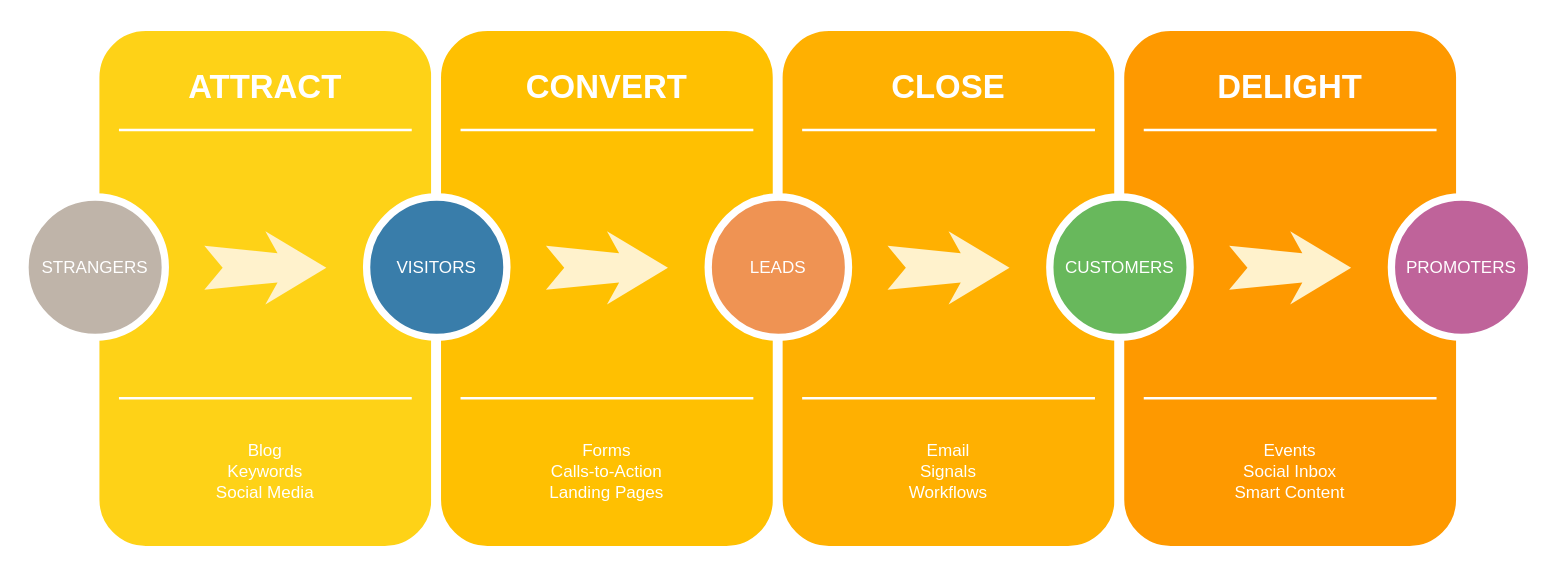
Before: assets/images/Untitled Diagram.drawio in seagda/hw-code-refractor, a draw.io diagram. Source tidied: cells renumbered, new cells numbered last; positions are measured from the earlier drawing's top-left corner, leaving out a move shared by most shapes. Both pictures are drawn from the tidied source at 122%, with x=0, y=0 at pixel (24, 26).
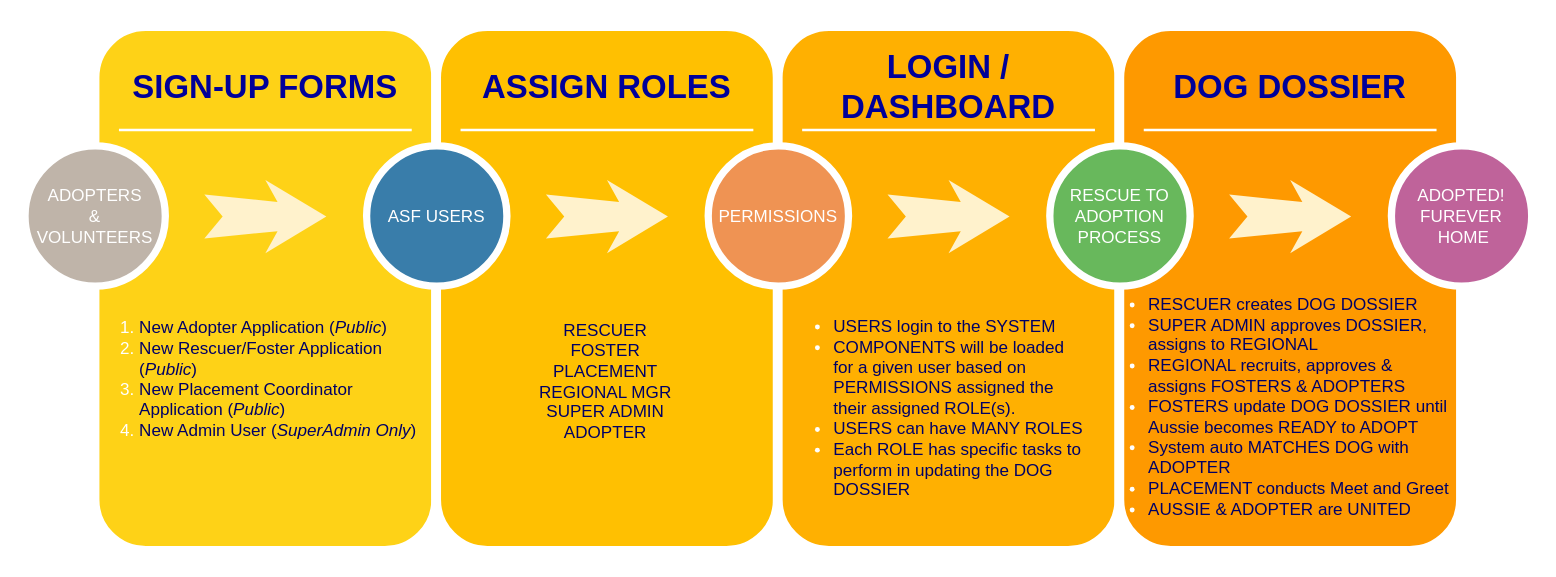
The same page after the edit.

Commit message:
DOG-DOSSIER-OVERVIEW

Diff of the diagram source:
```diff
@@
-    <mxCell id="3" value="ATTRACT" style="text;html=1;strokeColor=none;fillColor=none;align=center;verticalAlign=middle;whiteSpace=wrap;rounded=0;shadow=0;fontSize=27;fontColor=#FFFFFF;fontStyle=1;" parent="1" vertex="1">
+    <mxCell id="3" value="&lt;font color=&quot;#000099&quot;&gt;SIGN-UP FORMS&lt;/font&gt;" style="text;html=1;strokeColor=none;fillColor=none;align=center;verticalAlign=middle;whiteSpace=wrap;rounded=0;shadow=0;fontSize=27;fontColor=#FFFFFF;fontStyle=1;" parent="1" vertex="1">
       <mxGeometry x="57" y="20" width="280" height="60" as="geometry" />
     </mxCell>
-    <mxCell id="4" value="Blog&lt;div&gt;Keywords&lt;/div&gt;&lt;div&gt;Social Media&lt;/div&gt;" style="text;html=1;strokeColor=none;fillColor=none;align=center;verticalAlign=middle;whiteSpace=wrap;rounded=0;shadow=0;fontSize=14;fontColor=#FFFFFF;" parent="1" vertex="1">
-      <mxGeometry x="57" y="320" width="280" height="90" as="geometry" />
-    </mxCell>
@@
-    <mxCell id="6" style="line;strokeWidth=2;html=1;rounded=0;shadow=0;fontSize=27;align=center;fillColor=none;strokeColor=#FFFFFF;" parent="1" vertex="1">
-      <mxGeometry x="77" y="300" width="240" height="10" as="geometry" />
-    </mxCell>
-    <mxCell id="7" value="STRANGERS" style="ellipse;whiteSpace=wrap;html=1;rounded=0;shadow=0;strokeWidth=6;fontSize=14;align=center;fillColor=#BFB4A9;strokeColor=#FFFFFF;fontColor=#FFFFFF;" parent="1" vertex="1">
-      <mxGeometry y="140" width="115" height="115" as="geometry" />
-    </mxCell>
-    <mxCell id="8" style="html=1;shadow=0;dashed=0;align=center;verticalAlign=middle;shape=mxgraph.arrows2.stylisedArrow;dy=0.6;dx=40;notch=15;feather=0.4;rounded=0;strokeWidth=1;fontSize=27;strokeColor=none;fillColor=#fff2cc;" parent="1" vertex="1">
-      <mxGeometry x="147" y="168" width="100" height="60" as="geometry" />
-    </mxCell>
@@
-    <mxCell id="10" value="CONVERT" style="text;html=1;strokeColor=none;fillColor=none;align=center;verticalAlign=middle;whiteSpace=wrap;rounded=0;shadow=0;fontSize=27;fontColor=#FFFFFF;fontStyle=1;" parent="1" vertex="1">
+    <mxCell id="10" value="&lt;font color=&quot;#000099&quot;&gt;ASSIGN ROLES&lt;/font&gt;" style="text;html=1;strokeColor=none;fillColor=none;align=center;verticalAlign=middle;whiteSpace=wrap;rounded=0;shadow=0;fontSize=27;fontColor=#FFFFFF;fontStyle=1;" parent="1" vertex="1">
       <mxGeometry x="337" y="20" width="280" height="60" as="geometry" />
     </mxCell>
-    <mxCell id="11" value="Forms&lt;div&gt;Calls-to-Action&lt;/div&gt;&lt;div&gt;Landing Pages&lt;/div&gt;" style="text;html=1;strokeColor=none;fillColor=none;align=center;verticalAlign=middle;whiteSpace=wrap;rounded=0;shadow=0;fontSize=14;fontColor=#FFFFFF;" parent="1" vertex="1">
-      <mxGeometry x="337" y="320" width="280" height="90" as="geometry" />
+    <mxCell id="11" value="&lt;font color=&quot;#000066&quot;&gt;RESCUER&lt;br&gt;FOSTER&lt;br&gt;PLACEMENT&lt;br&gt;REGIONAL MGR&lt;br&gt;SUPER ADMIN&lt;br&gt;ADOPTER&lt;br&gt;&lt;/font&gt;" style="text;html=1;strokeColor=none;fillColor=none;align=center;verticalAlign=middle;whiteSpace=wrap;rounded=0;shadow=0;fontSize=14;fontColor=#FFFFFF;" parent="1" vertex="1">
+      <mxGeometry x="351" y="223" width="250" height="135" as="geometry" />
     </mxCell>
@@
-    <mxCell id="13" style="line;strokeWidth=2;html=1;rounded=0;shadow=0;fontSize=27;align=center;fillColor=none;strokeColor=#FFFFFF;" parent="1" vertex="1">
-      <mxGeometry x="357" y="300" width="240" height="10" as="geometry" />
-    </mxCell>
+    <mxCell id="16" style="whiteSpace=wrap;html=1;rounded=1;shadow=0;strokeWidth=8;fontSize=20;align=center;fillColor=#FFB001;strokeColor=#FFFFFF;" parent="1" vertex="1">
+      <mxGeometry x="617" width="280" height="430" as="geometry" />
+    </mxCell>
+    <mxCell id="17" value="&lt;font color=&quot;#000099&quot;&gt;LOGIN / DASHBOARD&lt;/font&gt;" style="text;html=1;strokeColor=none;fillColor=none;align=center;verticalAlign=middle;whiteSpace=wrap;rounded=0;shadow=0;fontSize=27;fontColor=#FFFFFF;fontStyle=1;" parent="1" vertex="1">
+      <mxGeometry x="617" y="20" width="280" height="60" as="geometry" />
+    </mxCell>
+    <mxCell id="19" style="line;strokeWidth=2;html=1;rounded=0;shadow=0;fontSize=27;align=center;fillColor=none;strokeColor=#FFFFFF;" parent="1" vertex="1">
+      <mxGeometry x="637" y="80" width="240" height="10" as="geometry" />
+    </mxCell>
+    <mxCell id="23" style="whiteSpace=wrap;html=1;rounded=1;shadow=0;strokeWidth=8;fontSize=20;align=center;fillColor=#FE9900;strokeColor=#FFFFFF;" parent="1" vertex="1">
+      <mxGeometry x="897" width="280" height="430" as="geometry" />
+    </mxCell>
+    <mxCell id="24" value="&lt;font color=&quot;#000099&quot;&gt;DOG DOSSIER&lt;/font&gt;" style="text;html=1;strokeColor=none;fillColor=none;align=center;verticalAlign=middle;whiteSpace=wrap;rounded=0;shadow=0;fontSize=27;fontColor=#FFFFFF;fontStyle=1;" parent="1" vertex="1">
+      <mxGeometry x="897" y="20" width="280" height="60" as="geometry" />
+    </mxCell>
+    <mxCell id="26" style="line;strokeWidth=2;html=1;rounded=0;shadow=0;fontSize=27;align=center;fillColor=none;strokeColor=#FFFFFF;" parent="1" vertex="1">
+      <mxGeometry x="917" y="80" width="240" height="10" as="geometry" />
+    </mxCell>
+    <mxCell id="31" value="&lt;ol&gt;&lt;li&gt;&lt;font color=&quot;#000066&quot;&gt;New Adopter Application (&lt;i&gt;Public&lt;/i&gt;)&lt;/font&gt;&lt;/li&gt;&lt;li&gt;&lt;font color=&quot;#000066&quot;&gt;New Rescuer/Foster Application (&lt;i&gt;Public&lt;/i&gt;)&lt;/font&gt;&lt;/li&gt;&lt;li&gt;&lt;font color=&quot;#000066&quot;&gt;New Placement Coordinator Application (&lt;i&gt;Public&lt;/i&gt;)&lt;/font&gt;&lt;/li&gt;&lt;li&gt;&lt;font color=&quot;#000066&quot;&gt;New Admin User (&lt;i&gt;SuperAdmin Only&lt;/i&gt;)&lt;/font&gt;&lt;/li&gt;&lt;/ol&gt;" style="text;html=1;strokeColor=none;fillColor=none;align=left;verticalAlign=middle;whiteSpace=wrap;rounded=0;shadow=0;fontSize=14;fontColor=#FFFFFF;" parent="1" vertex="1">
+      <mxGeometry x="52" y="211" width="280" height="155" as="geometry" />
+    </mxCell>
+    <mxCell id="32" value="&lt;ul&gt;&lt;li&gt;&lt;font color=&quot;#000066&quot;&gt;USERS login to the SYSTEM&lt;/font&gt;&lt;/li&gt;&lt;li&gt;&lt;font color=&quot;#000066&quot;&gt;COMPONENTS will be loaded for a given user based on PERMISSIONS assigned the their assigned ROLE(s).&lt;/font&gt;&lt;/li&gt;&lt;li&gt;&lt;span style=&quot;color: rgb(0 , 0 , 102)&quot;&gt;USERS can have MANY ROLES&lt;/span&gt;&lt;/li&gt;&lt;li&gt;&lt;font color=&quot;#000066&quot;&gt;Each ROLE has specific tasks to perform in updating the DOG DOSSIER&lt;/font&gt;&lt;/li&gt;&lt;/ul&gt;" style="text;html=1;strokeColor=none;fillColor=none;align=left;verticalAlign=middle;whiteSpace=wrap;rounded=0;shadow=0;fontSize=14;fontColor=#FFFFFF;" parent="1" vertex="1">
+      <mxGeometry x="621" y="220" width="250" height="185" as="geometry" />
+    </mxCell>
+    <mxCell id="33" value="&lt;ul&gt;&lt;li&gt;&lt;font color=&quot;#000066&quot;&gt;RESCUER creates DOG DOSSIER&lt;/font&gt;&lt;/li&gt;&lt;li&gt;&lt;font color=&quot;#000066&quot;&gt;SUPER ADMIN approves DOSSIER, assigns to REGIONAL&lt;/font&gt;&lt;/li&gt;&lt;li&gt;&lt;font color=&quot;#000066&quot;&gt;REGIONAL recruits, approves &amp;amp; assigns FOSTERS &amp;amp; ADOPTERS&lt;/font&gt;&lt;/li&gt;&lt;li&gt;&lt;font color=&quot;#000066&quot;&gt;FOSTERS update DOG DOSSIER until Aussie becomes READY to ADOPT&lt;/font&gt;&lt;/li&gt;&lt;li&gt;&lt;font color=&quot;#000066&quot;&gt;System auto MATCHES DOG with ADOPTER&lt;/font&gt;&lt;/li&gt;&lt;li&gt;&lt;font color=&quot;#000066&quot;&gt;PLACEMENT conducts Meet and Greet&lt;/font&gt;&lt;/li&gt;&lt;li&gt;&lt;font color=&quot;#000066&quot;&gt;AUSSIE &amp;amp; ADOPTER are UNITED&lt;br&gt;&lt;/font&gt;&lt;/li&gt;&lt;/ul&gt;&lt;font color=&quot;#000066&quot;&gt;&lt;br&gt;&lt;/font&gt;" style="text;html=1;strokeColor=none;fillColor=none;align=left;verticalAlign=middle;whiteSpace=wrap;rounded=0;shadow=0;fontSize=14;fontColor=#FFFFFF;" parent="1" vertex="1">
+      <mxGeometry x="879" y="243" width="290" height="153" as="geometry" />
+    </mxCell>
+    <mxCell id="34" style="group;" parent="1" vertex="1">
+      <mxGeometry y="98" width="1235" height="115" as="geometry" />
+    </mxCell>
+    <mxCell id="7" value="ADOPTERS &lt;br&gt;&amp;amp;&lt;br&gt;VOLUNTEERS" style="ellipse;whiteSpace=wrap;html=1;rounded=0;shadow=0;strokeWidth=6;fontSize=14;align=center;fillColor=#BFB4A9;strokeColor=#FFFFFF;fontColor=#FFFFFF;" parent="34" vertex="1">
+      <mxGeometry width="115" height="115" as="geometry" />
+    </mxCell>
+    <mxCell id="8" style="html=1;shadow=0;dashed=0;align=center;verticalAlign=middle;shape=mxgraph.arrows2.stylisedArrow;dy=0.6;dx=40;notch=15;feather=0.4;rounded=0;strokeWidth=1;fontSize=27;strokeColor=none;fillColor=#fff2cc;" parent="34" vertex="1">
+      <mxGeometry x="147" y="28" width="100" height="60" as="geometry" />
+    </mxCell>
-    <mxCell id="14" value="VISITORS" style="ellipse;whiteSpace=wrap;html=1;rounded=0;shadow=0;strokeWidth=6;fontSize=14;align=center;fillColor=#397DAA;strokeColor=#FFFFFF;fontColor=#FFFFFF;" parent="1" vertex="1">
-      <mxGeometry x="280" y="140" width="115" height="115" as="geometry" />
+    <mxCell id="14" value="ASF USERS" style="ellipse;whiteSpace=wrap;html=1;rounded=0;shadow=0;strokeWidth=6;fontSize=14;align=center;fillColor=#397DAA;strokeColor=#FFFFFF;fontColor=#FFFFFF;" parent="34" vertex="1">
+      <mxGeometry x="280" width="115" height="115" as="geometry" />
     </mxCell>
-    <mxCell id="15" style="html=1;shadow=0;dashed=0;align=center;verticalAlign=middle;shape=mxgraph.arrows2.stylisedArrow;dy=0.6;dx=40;notch=15;feather=0.4;rounded=0;strokeWidth=1;fontSize=27;strokeColor=none;fillColor=#fff2cc;" parent="1" vertex="1">
-      <mxGeometry x="427" y="168" width="100" height="60" as="geometry" />
+    <mxCell id="15" style="html=1;shadow=0;dashed=0;align=center;verticalAlign=middle;shape=mxgraph.arrows2.stylisedArrow;dy=0.6;dx=40;notch=15;feather=0.4;rounded=0;strokeWidth=1;fontSize=27;strokeColor=none;fillColor=#fff2cc;" parent="34" vertex="1">
+      <mxGeometry x="427" y="28" width="100" height="60" as="geometry" />
     </mxCell>
-    <mxCell id="16" style="whiteSpace=wrap;html=1;rounded=1;shadow=0;strokeWidth=8;fontSize=20;align=center;fillColor=#FFB001;strokeColor=#FFFFFF;" parent="1" vertex="1">
-      <mxGeometry x="617" width="280" height="430" as="geometry" />
-    </mxCell>
-    <mxCell id="17" value="CLOSE" style="text;html=1;strokeColor=none;fillColor=none;align=center;verticalAlign=middle;whiteSpace=wrap;rounded=0;shadow=0;fontSize=27;fontColor=#FFFFFF;fontStyle=1;" parent="1" vertex="1">
-      <mxGeometry x="617" y="20" width="280" height="60" as="geometry" />
-    </mxCell>
-    <mxCell id="18" value="Email&lt;div&gt;Signals&lt;/div&gt;&lt;div&gt;Workflows&lt;/div&gt;" style="text;html=1;strokeColor=none;fillColor=none;align=center;verticalAlign=middle;whiteSpace=wrap;rounded=0;shadow=0;fontSize=14;fontColor=#FFFFFF;" parent="1" vertex="1">
-      <mxGeometry x="617" y="320" width="280" height="90" as="geometry" />
-    </mxCell>
-    <mxCell id="19" style="line;strokeWidth=2;html=1;rounded=0;shadow=0;fontSize=27;align=center;fillColor=none;strokeColor=#FFFFFF;" parent="1" vertex="1">
-      <mxGeometry x="637" y="80" width="240" height="10" as="geometry" />
-    </mxCell>
-    <mxCell id="20" style="line;strokeWidth=2;html=1;rounded=0;shadow=0;fontSize=27;align=center;fillColor=none;strokeColor=#FFFFFF;" parent="1" vertex="1">
-      <mxGeometry x="637" y="300" width="240" height="10" as="geometry" />
-    </mxCell>
-    <mxCell id="21" value="LEADS" style="ellipse;whiteSpace=wrap;html=1;rounded=0;shadow=0;strokeWidth=6;fontSize=14;align=center;fillColor=#EF9353;strokeColor=#FFFFFF;fontColor=#FFFFFF;" parent="1" vertex="1">
-      <mxGeometry x="560" y="140" width="115" height="115" as="geometry" />
+    <mxCell id="21" value="PERMISSIONS" style="ellipse;whiteSpace=wrap;html=1;rounded=0;shadow=0;strokeWidth=6;fontSize=14;align=center;fillColor=#EF9353;strokeColor=#FFFFFF;fontColor=#FFFFFF;" parent="34" vertex="1">
+      <mxGeometry x="560" width="115" height="115" as="geometry" />
     </mxCell>
-    <mxCell id="22" style="html=1;shadow=0;dashed=0;align=center;verticalAlign=middle;shape=mxgraph.arrows2.stylisedArrow;dy=0.6;dx=40;notch=15;feather=0.4;rounded=0;strokeWidth=1;fontSize=27;strokeColor=none;fillColor=#fff2cc;" parent="1" vertex="1">
-      <mxGeometry x="707" y="168" width="100" height="60" as="geometry" />
+    <mxCell id="22" style="html=1;shadow=0;dashed=0;align=center;verticalAlign=middle;shape=mxgraph.arrows2.stylisedArrow;dy=0.6;dx=40;notch=15;feather=0.4;rounded=0;strokeWidth=1;fontSize=27;strokeColor=none;fillColor=#fff2cc;" parent="34" vertex="1">
+      <mxGeometry x="707" y="28" width="100" height="60" as="geometry" />
     </mxCell>
-    <mxCell id="23" style="whiteSpace=wrap;html=1;rounded=1;shadow=0;strokeWidth=8;fontSize=20;align=center;fillColor=#FE9900;strokeColor=#FFFFFF;" parent="1" vertex="1">
-      <mxGeometry x="897" width="280" height="430" as="geometry" />
-    </mxCell>
-    <mxCell id="24" value="DELIGHT" style="text;html=1;strokeColor=none;fillColor=none;align=center;verticalAlign=middle;whiteSpace=wrap;rounded=0;shadow=0;fontSize=27;fontColor=#FFFFFF;fontStyle=1;" parent="1" vertex="1">
-      <mxGeometry x="897" y="20" width="280" height="60" as="geometry" />
-    </mxCell>
-    <mxCell id="25" value="Events&lt;div&gt;Social Inbox&lt;/div&gt;&lt;div&gt;Smart Content&lt;/div&gt;" style="text;html=1;strokeColor=none;fillColor=none;align=center;verticalAlign=middle;whiteSpace=wrap;rounded=0;shadow=0;fontSize=14;fontColor=#FFFFFF;" parent="1" vertex="1">
-      <mxGeometry x="897" y="320" width="280" height="90" as="geometry" />
-    </mxCell>
-    <mxCell id="26" style="line;strokeWidth=2;html=1;rounded=0;shadow=0;fontSize=27;align=center;fillColor=none;strokeColor=#FFFFFF;" parent="1" vertex="1">
-      <mxGeometry x="917" y="80" width="240" height="10" as="geometry" />
-    </mxCell>
-    <mxCell id="27" style="line;strokeWidth=2;html=1;rounded=0;shadow=0;fontSize=27;align=center;fillColor=none;strokeColor=#FFFFFF;" parent="1" vertex="1">
-      <mxGeometry x="917" y="300" width="240" height="10" as="geometry" />
-    </mxCell>
-    <mxCell id="28" value="CUSTOMERS" style="ellipse;whiteSpace=wrap;html=1;rounded=0;shadow=0;strokeWidth=6;fontSize=14;align=center;fillColor=#68B85C;strokeColor=#FFFFFF;fontColor=#FFFFFF;" parent="1" vertex="1">
-      <mxGeometry x="840" y="140" width="115" height="115" as="geometry" />
+    <mxCell id="28" value="RESCUE TO ADOPTION PROCESS" style="ellipse;whiteSpace=wrap;html=1;rounded=0;shadow=0;strokeWidth=6;fontSize=14;align=center;fillColor=#68B85C;strokeColor=#FFFFFF;fontColor=#FFFFFF;" parent="34" vertex="1">
+      <mxGeometry x="840" width="115" height="115" as="geometry" />
     </mxCell>
-    <mxCell id="29" style="html=1;shadow=0;dashed=0;align=center;verticalAlign=middle;shape=mxgraph.arrows2.stylisedArrow;dy=0.6;dx=40;notch=15;feather=0.4;rounded=0;strokeWidth=1;fontSize=27;strokeColor=none;fillColor=#fff2cc;" parent="1" vertex="1">
-      <mxGeometry x="987" y="168" width="100" height="60" as="geometry" />
+    <mxCell id="29" style="html=1;shadow=0;dashed=0;align=center;verticalAlign=middle;shape=mxgraph.arrows2.stylisedArrow;dy=0.6;dx=40;notch=15;feather=0.4;rounded=0;strokeWidth=1;fontSize=27;strokeColor=none;fillColor=#fff2cc;" parent="34" vertex="1">
+      <mxGeometry x="987" y="28" width="100" height="60" as="geometry" />
     </mxCell>
-    <mxCell id="30" value="PROMOTERS" style="ellipse;whiteSpace=wrap;html=1;rounded=0;shadow=0;strokeWidth=6;fontSize=14;align=center;fillColor=#BF639A;strokeColor=#FFFFFF;fontColor=#FFFFFF;" parent="1" vertex="1">
-      <mxGeometry x="1120" y="140" width="115" height="115" as="geometry" />
+    <mxCell id="30" value="ADOPTED!&lt;br&gt;FUREVER&lt;br&gt;&amp;nbsp;HOME" style="ellipse;whiteSpace=wrap;html=1;rounded=0;shadow=0;strokeWidth=6;fontSize=14;align=center;fillColor=#BF639A;strokeColor=#FFFFFF;fontColor=#FFFFFF;" parent="34" vertex="1">
+      <mxGeometry x="1120" width="115" height="115" as="geometry" />
     </mxCell>
```
